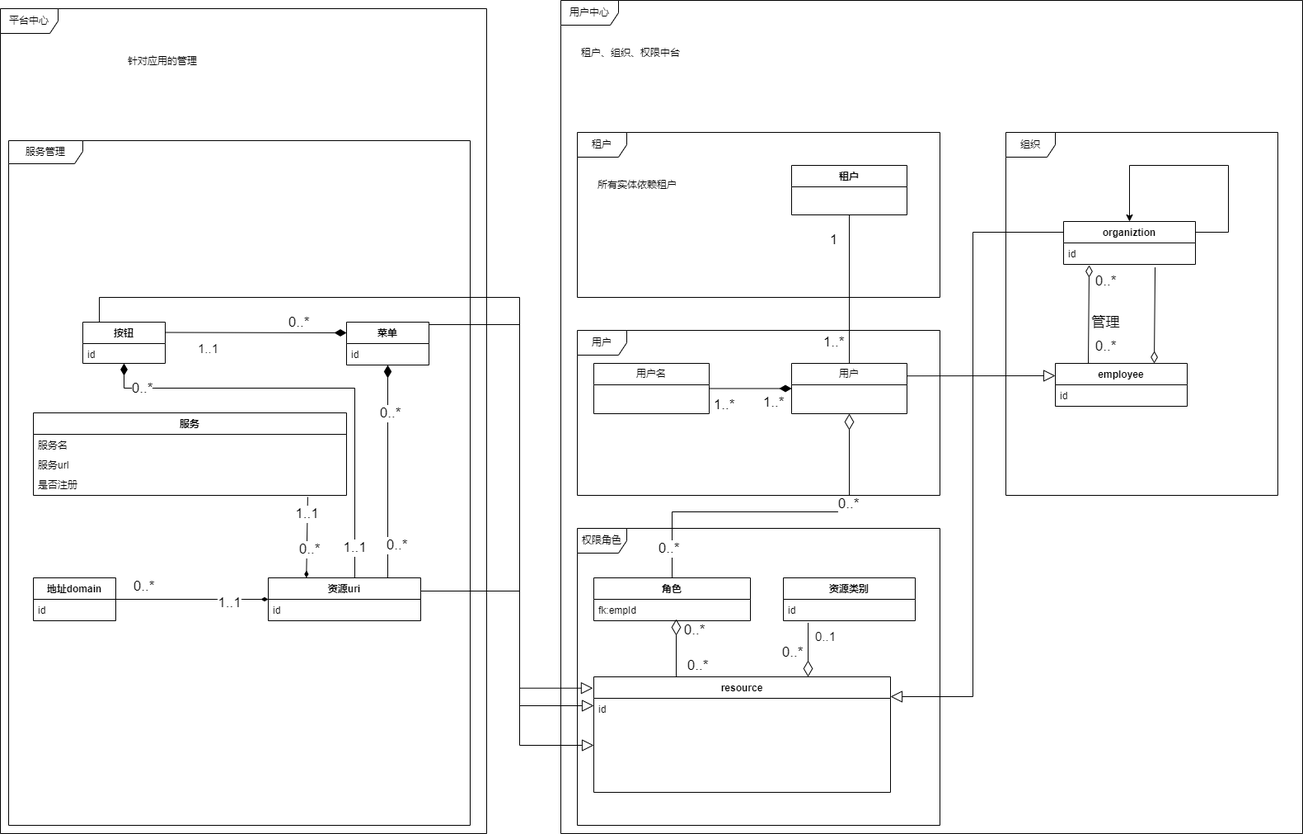
Before: 模型图.drawio.png, a diagram exported from draw.io (githubli97/ark). Source tidied: cells renumbered, new cells last; positions are measured from the earlier drawing's top-left corner, leaving out a move shared by most shapes.
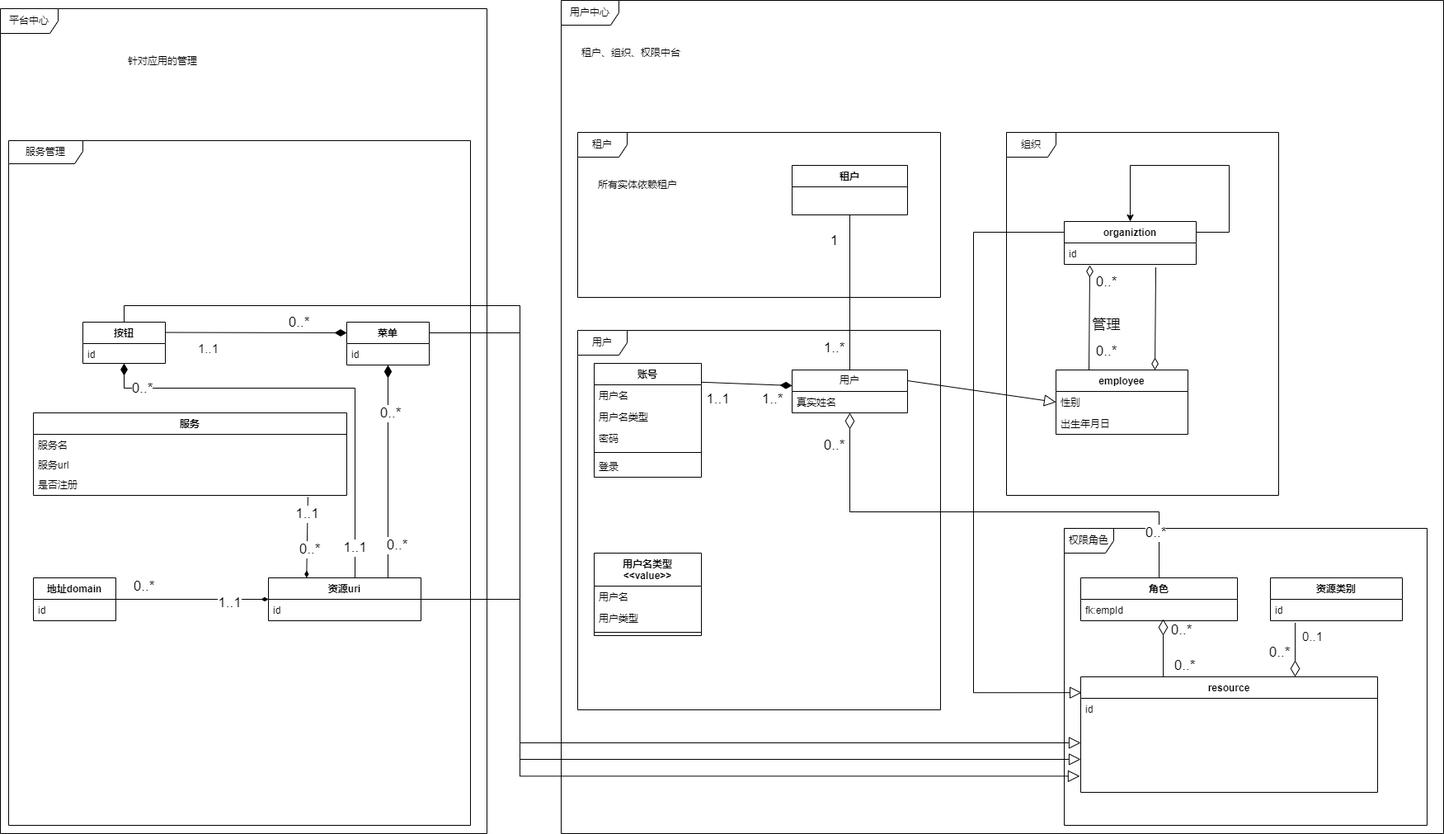
After the change.

Commit message:
更新 模型图.drawio.png

The edit, as a diff of the source:
```diff
@@ -21,23 +21,25 @@
       </mxGeometry>
     </mxCell>
     <mxCell id="6" value="employee" style="swimlane;fontStyle=1;align=center;verticalAlign=top;horizontal=1;startSize=26;whiteSpace=wrap;html=1;" parent="1" vertex="1">
-      <mxGeometry x="1280" y="440" width="160" height="52" as="geometry" />
+      <mxGeometry x="1280" y="448" width="160" height="78" as="geometry" />
     </mxCell>
-    <mxCell id="7" value="id" style="text;strokeColor=none;fillColor=none;align=left;verticalAlign=top;spacingLeft=4;spacingRight=4;overflow=hidden;whiteSpace=wrap;html=1;" parent="6" vertex="1">
-      <mxGeometry y="26" width="160" height="26" as="geometry" />
-    </mxCell>
+    <mxCell id="78" value="性别" style="text;strokeColor=none;fillColor=none;align=left;verticalAlign=top;spacingLeft=4;spacingRight=4;overflow=hidden;whiteSpace=wrap;html=1;" parent="6" vertex="1">
+      <mxGeometry y="26" width="160" height="26" as="geometry" />
+    </mxCell>
+    <mxCell id="79" value="出生年月日" style="text;strokeColor=none;fillColor=none;align=left;verticalAlign=top;spacingLeft=4;spacingRight=4;overflow=hidden;whiteSpace=wrap;html=1;" parent="6" vertex="1">
+      <mxGeometry y="52" width="160" height="26" as="geometry" />
+    </mxCell>
     <mxCell id="8" value="租户" style="swimlane;fontStyle=1;align=center;verticalAlign=top;horizontal=1;startSize=26;whiteSpace=wrap;html=1;" parent="1" vertex="1">
       <mxGeometry x="960" y="200" width="140" height="60" as="geometry" />
     </mxCell>
     <mxCell id="9" style="rounded=0;jettySize=auto;html=1;exitX=0.694;exitY=1.138;exitDx=0;exitDy=0;exitPerimeter=0;entryX=0.75;entryY=0;entryDx=0;entryDy=0;endArrow=diamondThin;endFill=0;endSize=12;" parent="1" edge="1" source="12" target="6">
       <mxGeometry relative="1" as="geometry" />
     </mxCell>
-    <mxCell id="10" style="rounded=0;jettySize=auto;html=1;exitX=0;exitY=0.25;exitDx=0;exitDy=0;endArrow=block;endFill=0;endSize=12;edgeStyle=orthogonalEdgeStyle;" parent="1" edge="1" source="11">
+    <mxCell id="10" style="rounded=0;jettySize=auto;html=1;exitX=0;exitY=0.25;exitDx=0;exitDy=0;endArrow=block;endFill=0;endSize=12;edgeStyle=orthogonalEdgeStyle;entryX=0.003;entryY=0.137;entryDx=0;entryDy=0;entryPerimeter=0;" parent="1" edge="1" source="11" target="31">
       <mxGeometry relative="1" as="geometry">
-        <mxPoint x="1080" y="844" as="targetPoint" />
         <Array as="points">
           <mxPoint x="1180" y="281" />
-          <mxPoint x="1180" y="844" />
+          <mxPoint x="1180" y="839" />
         </Array>
       </mxGeometry>
     </mxCell>
@@ -57,11 +59,8 @@
       <mxGeometry x="720" y="200" width="190" height="120" as="geometry" />
     </mxCell>
     <mxCell id="16" value="用户" style="shape=umlFrame;whiteSpace=wrap;html=1;" parent="1" vertex="1">
-      <mxGeometry x="700" y="400" width="440" height="200" as="geometry" />
+      <mxGeometry x="700" y="400" width="440" height="460" as="geometry" />
     </mxCell>
-    <mxCell id="17" value="用户名" style="swimlane;fontStyle=0;horizontal=1;startSize=26;fillColor=none;whiteSpace=wrap;html=1;" parent="1" vertex="1">
-      <mxGeometry x="720" y="440" width="140" height="61" as="geometry" />
-    </mxCell>
     <mxCell id="18" style="rounded=0;jettySize=auto;html=1;exitX=0.5;exitY=0;exitDx=0;exitDy=0;endArrow=none;endFill=0;startArrow=none;startFill=0;strokeWidth=1;targetPerimeterSpacing=0;endSize=12;startSize=12;entryX=0.5;entryY=1;entryDx=0;entryDy=0;" parent="1" edge="1" source="25" target="8">
       <mxGeometry relative="1" as="geometry" />
     </mxCell>
@@ -75,37 +74,40 @@
         <mxPoint x="-19" as="offset" />
       </mxGeometry>
     </mxCell>
-    <mxCell id="21" style="rounded=0;jettySize=auto;html=1;exitX=0;exitY=0.5;exitDx=0;exitDy=0;entryX=1;entryY=0.5;entryDx=0;entryDy=0;startArrow=diamondThin;startFill=1;endSize=12;startSize=12;endArrow=none;endFill=0;" parent="1" edge="1" source="25" target="17">
-      <mxGeometry relative="1" as="geometry" />
+    <mxCell id="21" style="rounded=0;jettySize=auto;html=1;entryX=1;entryY=0.165;entryDx=0;entryDy=0;startArrow=diamondThin;startFill=1;endSize=12;startSize=12;endArrow=none;endFill=0;entryPerimeter=0;" parent="1" edge="1" target="81">
+      <mxGeometry relative="1" as="geometry">
+        <mxPoint x="960" y="467" as="sourcePoint" />
+      </mxGeometry>
     </mxCell>
     <mxCell id="22" value="&lt;font style=&quot;font-size: 17px;&quot;&gt;1..*&lt;/font&gt;" style="edgeLabel;html=1;align=center;verticalAlign=middle;" parent="21" vertex="1">
       <mxGeometry x="-0.64" y="-2" relative="1" as="geometry">
         <mxPoint x="-5" y="19" as="offset" />
       </mxGeometry>
     </mxCell>
-    <mxCell id="23" value="&lt;font style=&quot;font-size: 17px;&quot;&gt;1..*&lt;/font&gt;" style="edgeLabel;html=1;align=center;verticalAlign=middle;" parent="21" vertex="1">
+    <mxCell id="23" value="&lt;font style=&quot;font-size: 17px;&quot;&gt;1..1&lt;/font&gt;" style="edgeLabel;html=1;align=center;verticalAlign=middle;" parent="21" vertex="1">
       <mxGeometry x="0.66" y="-4" relative="1" as="geometry">
         <mxPoint y="24" as="offset" />
       </mxGeometry>
     </mxCell>
-    <mxCell id="24" style="rounded=0;jettySize=auto;html=1;exitX=1;exitY=0.25;exitDx=0;exitDy=0;endArrow=block;endFill=0;endSize=12;" parent="1" edge="1" source="25">
-      <mxGeometry relative="1" as="geometry">
-        <mxPoint x="1280" y="455" as="targetPoint" />
-      </mxGeometry>
+    <mxCell id="24" style="rounded=0;jettySize=auto;html=1;exitX=1;exitY=0.25;exitDx=0;exitDy=0;endArrow=block;endFill=0;endSize=12;entryX=0;entryY=0.5;entryDx=0;entryDy=0;" parent="1" edge="1" source="25" target="6">
+      <mxGeometry relative="1" as="geometry" />
     </mxCell>
-    <mxCell id="25" value="用户" style="swimlane;fontStyle=0;horizontal=1;startSize=26;fillColor=none;whiteSpace=wrap;html=1;" parent="1" vertex="1">
-      <mxGeometry x="960" y="440" width="140" height="61" as="geometry" />
+    <mxCell id="25" value="用户" style="swimlane;fontStyle=0;horizontal=1;startSize=26;fillColor=none;whiteSpace=wrap;html=1;rounded=0;shadow=0;glass=0;swimlaneLine=1;" parent="1" vertex="1">
+      <mxGeometry x="960" y="448" width="140" height="52" as="geometry" />
     </mxCell>
+    <mxCell id="80" value="真实姓名" style="text;strokeColor=none;fillColor=none;align=left;verticalAlign=top;spacingLeft=4;spacingRight=4;overflow=hidden;whiteSpace=wrap;html=1;" parent="25" vertex="1">
+      <mxGeometry y="26" width="140" height="26" as="geometry" />
+    </mxCell>
     <mxCell id="26" value="角色" style="swimlane;fontStyle=1;align=center;verticalAlign=top;horizontal=1;startSize=26;whiteSpace=wrap;html=1;" parent="1" vertex="1">
-      <mxGeometry x="720" y="700" width="190" height="52" as="geometry" />
+      <mxGeometry x="1310" y="700" width="190" height="52" as="geometry" />
     </mxCell>
     <mxCell id="27" value="fk:empId" style="text;strokeColor=none;fillColor=none;align=left;verticalAlign=top;spacingLeft=4;spacingRight=4;overflow=hidden;whiteSpace=wrap;html=1;" parent="26" vertex="1">
       <mxGeometry y="26" width="190" height="26" as="geometry" />
     </mxCell>
     <mxCell id="28" style="rounded=0;orthogonalLoop=1;jettySize=auto;html=1;endArrow=diamondThin;endFill=0;startSize=17;endSize=17;" parent="1" edge="1">
       <mxGeometry relative="1" as="geometry">
-        <mxPoint x="820" y="820" as="sourcePoint" />
-        <mxPoint x="820" y="750" as="targetPoint" />
+        <mxPoint x="1410" y="820" as="sourcePoint" />
+        <mxPoint x="1410" y="750" as="targetPoint" />
       </mxGeometry>
     </mxCell>
     <mxCell id="29" value="&lt;font style=&quot;font-size: 17px;&quot;&gt;0..*&lt;/font&gt;" style="edgeLabel;html=1;align=center;verticalAlign=middle;" parent="28" vertex="1">
@@ -119,25 +121,25 @@
       </mxGeometry>
     </mxCell>
     <mxCell id="31" value="resource" style="swimlane;fontStyle=1;align=center;verticalAlign=top;horizontal=1;startSize=26;whiteSpace=wrap;html=1;" parent="1" vertex="1">
-      <mxGeometry x="720" y="820" width="360" height="140" as="geometry" />
+      <mxGeometry x="1310" y="820" width="360" height="140" as="geometry" />
     </mxCell>
     <mxCell id="32" value="id" style="text;strokeColor=none;fillColor=none;align=left;verticalAlign=top;spacingLeft=4;spacingRight=4;overflow=hidden;points=[[0,0.5],[1,0.5]];portConstraint=eastwest;whiteSpace=wrap;html=1;" parent="31" vertex="1">
       <mxGeometry y="26" width="360" height="114" as="geometry" />
     </mxCell>
     <mxCell id="33" value="权限角色" style="shape=umlFrame;whiteSpace=wrap;html=1;strokeColor=default;fillColor=default;" parent="1" vertex="1">
-      <mxGeometry x="700" y="640" width="440" height="360" as="geometry" />
+      <mxGeometry x="1290" y="640" width="440" height="360" as="geometry" />
     </mxCell>
     <mxCell id="34" style="rounded=0;jettySize=auto;html=1;entryX=0.5;entryY=1;entryDx=0;entryDy=0;endArrow=diamondThin;endFill=0;strokeWidth=1;endSize=17;edgeStyle=orthogonalEdgeStyle;" parent="1" edge="1" source="26" target="25">
       <mxGeometry relative="1" as="geometry">
         <Array as="points">
-          <mxPoint x="815" y="620" />
+          <mxPoint x="1405" y="620" />
           <mxPoint x="1030" y="620" />
         </Array>
       </mxGeometry>
     </mxCell>
     <mxCell id="35" value="&lt;font style=&quot;font-size: 17px;&quot;&gt;0..*&lt;/font&gt;" style="edgeLabel;html=1;align=center;verticalAlign=middle;" parent="34" vertex="1">
       <mxGeometry x="0.6" y="2" relative="1" as="geometry">
-        <mxPoint y="25" as="offset" />
+        <mxPoint x="-18" y="-77" as="offset" />
       </mxGeometry>
     </mxCell>
     <mxCell id="36" value="&lt;font style=&quot;font-size: 17px;&quot;&gt;0..*&lt;/font&gt;" style="edgeLabel;html=1;align=center;verticalAlign=middle;" parent="34" vertex="1">
@@ -147,7 +149,7 @@
     </mxCell>
     <mxCell id="37" style="rounded=0;jettySize=auto;html=1;exitX=0.188;exitY=1.092;exitDx=0;exitDy=0;endArrow=diamondThin;endFill=0;endSize=17;exitPerimeter=0;" parent="1" edge="1" source="41">
       <mxGeometry relative="1" as="geometry">
-        <mxPoint x="980" y="820" as="targetPoint" />
+        <mxPoint x="1570" y="820" as="targetPoint" />
       </mxGeometry>
     </mxCell>
     <mxCell id="38" value="&lt;font style=&quot;font-size: 17px;&quot;&gt;0..*&lt;/font&gt;" style="edgeLabel;html=1;align=center;verticalAlign=middle;" parent="37" vertex="1">
@@ -161,17 +163,16 @@
       </mxGeometry>
     </mxCell>
     <mxCell id="40" value="资源类别" style="swimlane;fontStyle=1;align=center;verticalAlign=top;horizontal=1;startSize=26;whiteSpace=wrap;html=1;" parent="1" vertex="1">
-      <mxGeometry x="950" y="700" width="160" height="52" as="geometry" />
+      <mxGeometry x="1540" y="700" width="160" height="52" as="geometry" />
     </mxCell>
     <mxCell id="41" value="id" style="text;strokeColor=none;fillColor=none;align=left;verticalAlign=top;spacingLeft=4;spacingRight=4;overflow=hidden;points=[[0,0.5],[1,0.5]];portConstraint=eastwest;whiteSpace=wrap;html=1;" parent="40" vertex="1">
       <mxGeometry y="26" width="160" height="26" as="geometry" />
     </mxCell>
-    <mxCell id="42" style="edgeStyle=orthogonalEdgeStyle;rounded=0;jettySize=auto;html=1;exitX=1;exitY=0.25;exitDx=0;exitDy=0;endArrow=block;endFill=0;endSize=12;entryX=0;entryY=0.5;entryDx=0;entryDy=0;" parent="1" edge="1" source="46" target="32">
+    <mxCell id="42" style="edgeStyle=orthogonalEdgeStyle;rounded=0;jettySize=auto;html=1;exitX=1;exitY=0.25;exitDx=0;exitDy=0;endArrow=block;endFill=0;endSize=12;entryX=-0.003;entryY=0.828;entryDx=0;entryDy=0;entryPerimeter=0;" parent="1" edge="1" source="46" target="32">
       <mxGeometry relative="1" as="geometry">
         <Array as="points">
-          <mxPoint x="490" y="393" />
-          <mxPoint x="630" y="393" />
-          <mxPoint x="630" y="903" />
+          <mxPoint x="630" y="403" />
+          <mxPoint x="630" y="940" />
         </Array>
       </mxGeometry>
     </mxCell>
@@ -196,12 +197,12 @@
     <mxCell id="47" value="id" style="text;strokeColor=none;fillColor=none;align=left;verticalAlign=top;spacingLeft=4;spacingRight=4;overflow=hidden;whiteSpace=wrap;html=1;" parent="46" vertex="1">
       <mxGeometry y="26" width="100" height="26" as="geometry" />
     </mxCell>
-    <mxCell id="48" style="edgeStyle=orthogonalEdgeStyle;rounded=0;jettySize=auto;html=1;exitX=1;exitY=0.5;exitDx=0;exitDy=0;entryX=-0.003;entryY=-0.108;entryDx=0;entryDy=0;endArrow=block;endFill=0;endSize=12;entryPerimeter=0;" parent="1" edge="1" source="63" target="32">
+    <mxCell id="48" style="edgeStyle=orthogonalEdgeStyle;rounded=0;jettySize=auto;html=1;exitX=1;exitY=0.5;exitDx=0;exitDy=0;endArrow=block;endFill=0;endSize=12;" parent="1" edge="1" source="63">
       <mxGeometry relative="1" as="geometry">
+        <mxPoint x="1310" y="920" as="targetPoint" />
         <Array as="points">
-          <mxPoint x="395" y="716" />
-          <mxPoint x="630" y="716" />
-          <mxPoint x="630" y="834" />
+          <mxPoint x="630" y="726" />
+          <mxPoint x="630" y="920" />
         </Array>
       </mxGeometry>
     </mxCell>
@@ -218,12 +219,13 @@
         <mxPoint x="-11" y="-12" as="offset" />
       </mxGeometry>
     </mxCell>
-    <mxCell id="52" style="rounded=0;jettySize=auto;html=1;entryX=0;entryY=0.25;entryDx=0;entryDy=0;endArrow=block;endFill=0;endSize=12;edgeStyle=orthogonalEdgeStyle;exitX=0.5;exitY=0;exitDx=0;exitDy=0;" parent="1" edge="1" source="53" target="31">
+    <mxCell id="52" style="rounded=0;jettySize=auto;html=1;endArrow=block;endFill=0;endSize=12;edgeStyle=orthogonalEdgeStyle;exitX=0.5;exitY=0;exitDx=0;exitDy=0;" parent="1" edge="1" source="53">
       <mxGeometry relative="1" as="geometry">
+        <mxPoint x="1310" y="900" as="targetPoint" />
         <Array as="points">
-          <mxPoint x="120" y="360" />
-          <mxPoint x="630" y="360" />
-          <mxPoint x="630" y="855" />
+          <mxPoint x="150" y="370" />
+          <mxPoint x="630" y="370" />
+          <mxPoint x="630" y="900" />
         </Array>
       </mxGeometry>
     </mxCell>
@@ -243,7 +245,7 @@
       </mxGeometry>
     </mxCell>
     <mxCell id="56" value="用户中心" style="shape=umlFrame;whiteSpace=wrap;html=1;width=70;height=30;" parent="1" vertex="1">
-      <mxGeometry x="680" width="900" height="1010" as="geometry" />
+      <mxGeometry x="680" width="1070" height="1010" as="geometry" />
     </mxCell>
     <mxCell id="57" value="平台中心" style="shape=umlFrame;whiteSpace=wrap;html=1;width=70;height=30;" parent="1" vertex="1">
       <mxGeometry y="10" width="590" height="1000" as="geometry" />
@@ -321,5 +323,35 @@
         <mxPoint x="-11" y="-18" as="offset" />
       </mxGeometry>
     </mxCell>
+    <mxCell id="81" value="账号" style="swimlane;fontStyle=1;align=center;verticalAlign=top;horizontal=1;startSize=26;whiteSpace=wrap;html=1;" parent="1" vertex="1">
+      <mxGeometry x="720" y="440" width="130" height="138" as="geometry" />
+    </mxCell>
+    <mxCell id="82" value="用户名" style="text;strokeColor=none;fillColor=none;align=left;verticalAlign=top;spacingLeft=4;spacingRight=4;overflow=hidden;whiteSpace=wrap;html=1;" parent="81" vertex="1">
+      <mxGeometry y="26" width="130" height="26" as="geometry" />
+    </mxCell>
+    <mxCell id="83" value="用户名类型" style="text;strokeColor=none;fillColor=none;align=left;verticalAlign=top;spacingLeft=4;spacingRight=4;overflow=hidden;whiteSpace=wrap;html=1;" parent="81" vertex="1">
+      <mxGeometry y="52" width="130" height="26" as="geometry" />
+    </mxCell>
+    <mxCell id="84" value="密码" style="text;strokeColor=none;fillColor=none;align=left;verticalAlign=top;spacingLeft=4;spacingRight=4;overflow=hidden;whiteSpace=wrap;html=1;" parent="81" vertex="1">
+      <mxGeometry y="78" width="130" height="26" as="geometry" />
+    </mxCell>
+    <mxCell id="85" style="line;strokeWidth=1;fillColor=none;align=left;verticalAlign=middle;spacingTop=-1;spacingLeft=3;spacingRight=3;labelPosition=right;strokeColor=inherit;" parent="81" vertex="1">
+      <mxGeometry y="104" width="130" height="8" as="geometry" />
+    </mxCell>
+    <mxCell id="86" value="登录" style="text;strokeColor=none;fillColor=none;align=left;verticalAlign=top;spacingLeft=4;spacingRight=4;overflow=hidden;whiteSpace=wrap;html=1;" parent="81" vertex="1">
+      <mxGeometry y="112" width="130" height="26" as="geometry" />
+    </mxCell>
+    <mxCell id="87" value="用户名类型&lt;br&gt;&amp;lt;&amp;lt;value&amp;gt;&amp;gt;" style="swimlane;fontStyle=1;align=center;verticalAlign=top;horizontal=1;startSize=40;whiteSpace=wrap;html=1;" parent="1" vertex="1">
+      <mxGeometry x="720" y="670" width="130" height="100" as="geometry" />
+    </mxCell>
+    <mxCell id="88" value="用户名" style="text;strokeColor=none;fillColor=none;align=left;verticalAlign=top;spacingLeft=4;spacingRight=4;overflow=hidden;whiteSpace=wrap;html=1;" parent="87" vertex="1">
+      <mxGeometry y="40" width="130" height="26" as="geometry" />
+    </mxCell>
+    <mxCell id="89" value="用户类型" style="text;strokeColor=none;fillColor=none;align=left;verticalAlign=top;spacingLeft=4;spacingRight=4;overflow=hidden;whiteSpace=wrap;html=1;" parent="87" vertex="1">
+      <mxGeometry y="66" width="130" height="26" as="geometry" />
+    </mxCell>
+    <mxCell id="90" style="line;strokeWidth=1;fillColor=none;align=left;verticalAlign=middle;spacingTop=-1;spacingLeft=3;spacingRight=3;labelPosition=right;strokeColor=inherit;" parent="87" vertex="1">
+      <mxGeometry y="92" width="130" height="8" as="geometry" />
+    </mxCell>
   </root>
 </mxGraphModel>
```
